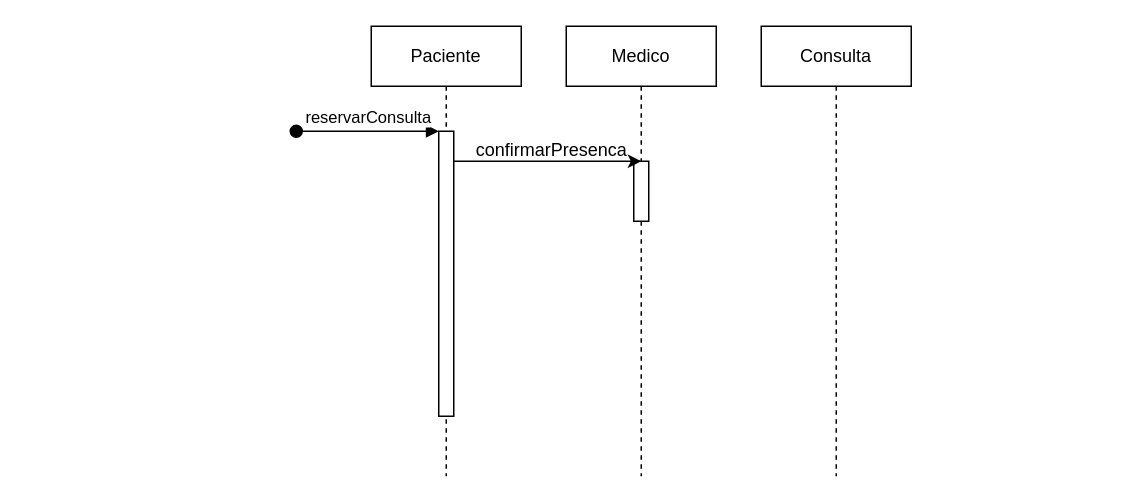
Earlier version of the draw.io diagram docs/Diagrama de Sequência.drawio (eduardovaladao/Projeto-Integrador). Source tidied: cells renumbered, new cells numbered last; positions are measured from the earlier drawing's top-left corner, leaving out a move shared by most shapes. Both pictures are drawn from the tidied source at 150%, with x=0, y=0 at pixel (296, 26).
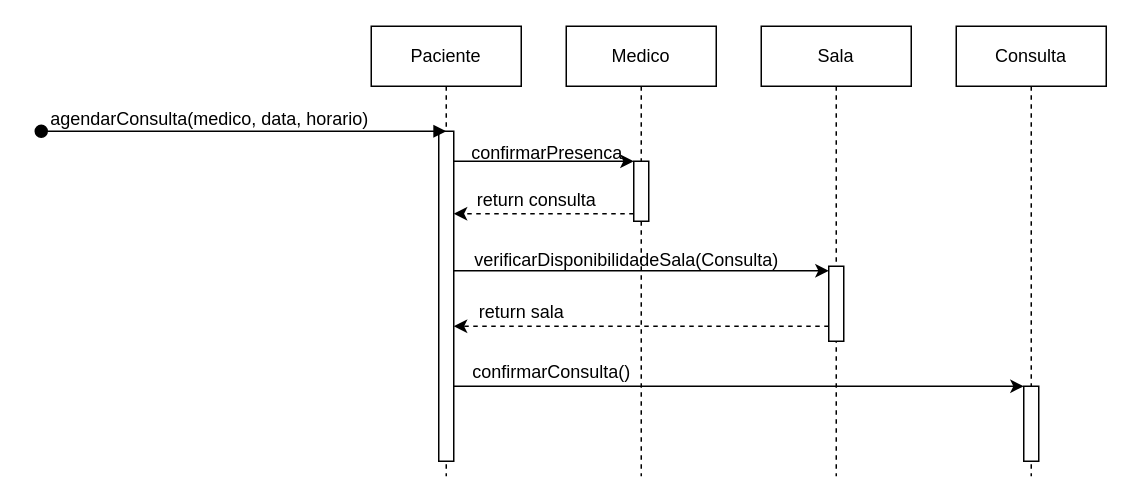
The same page after the edit.

The change refers to these unchanged cells:
```xml
<mxCell id="2" value="Paciente" style="shape=umlLifeline;perimeter=lifelinePerimeter;whiteSpace=wrap;html=1;newEdgeStyle={&quot;edgeStyle&quot;:&quot;elbowEdgeStyle&quot;,&quot;elbow&quot;:&quot;vertical&quot;,&quot;curved&quot;:0,&quot;rounded&quot;:0};" parent="1" vertex="1">
  <mxGeometry x="50" width="100" height="300" as="geometry" />
</mxCell>
```

Change to the diagram source:
```diff
@@
     <mxCell id="3" style="html=1;points=[];perimeter=orthogonalPerimeter;outlineConnect=0;targetShapes=umlLifeline;portConstraint=eastwest;newEdgeStyle={&quot;edgeStyle&quot;:&quot;elbowEdgeStyle&quot;,&quot;elbow&quot;:&quot;vertical&quot;,&quot;curved&quot;:0,&quot;rounded&quot;:0};" parent="2" vertex="1">
-      <mxGeometry x="45" y="70" width="10" height="190" as="geometry" />
+      <mxGeometry x="45" y="70" width="10" height="220" as="geometry" />
     </mxCell>
-    <mxCell id="4" value="reservarConsulta" style="html=1;verticalAlign=bottom;startArrow=oval;endArrow=block;startSize=8;edgeStyle=elbowEdgeStyle;elbow=vertical;curved=0;rounded=0;" parent="2" edge="1" target="3">
-      <mxGeometry relative="1" as="geometry">
-        <mxPoint x="-50" y="70" as="sourcePoint" />
+    <mxCell id="4" style="html=1;verticalAlign=bottom;startArrow=oval;endArrow=block;startSize=8;edgeStyle=elbowEdgeStyle;elbow=vertical;curved=0;rounded=0;" parent="2" edge="1">
+      <mxGeometry y="10" relative="1" as="geometry">
+        <mxPoint x="-220" y="70" as="sourcePoint" />
+        <mxPoint x="50" y="70" as="targetPoint" />
       </mxGeometry>
     </mxCell>
@@
     <mxCell id="7" style="endArrow=classic;html=1;rounded=0;" parent="1" edge="1">
       <mxGeometry relative="1" as="geometry">
         <mxPoint x="105" y="90" as="sourcePoint" />
-        <mxPoint x="230" y="90" as="targetPoint" />
+        <mxPoint x="225" y="90" as="targetPoint" />
       </mxGeometry>
     </mxCell>
     <mxCell id="8" value="confirmarPresenca" style="text;html=1;align=center;verticalAlign=middle;strokeColor=none;fillColor=none;" parent="1" vertex="1">
-      <mxGeometry x="110" y="68" width="120" height="30" as="geometry" />
+      <mxGeometry x="107" y="70" width="120" height="30" as="geometry" />
     </mxCell>
-    <mxCell id="9" value="Consulta" style="shape=umlLifeline;perimeter=lifelinePerimeter;whiteSpace=wrap;html=1;newEdgeStyle={&quot;edgeStyle&quot;:&quot;elbowEdgeStyle&quot;,&quot;elbow&quot;:&quot;vertical&quot;,&quot;curved&quot;:0,&quot;rounded&quot;:0};" parent="1" vertex="1">
+    <mxCell id="9" value="Sala" style="shape=umlLifeline;perimeter=lifelinePerimeter;whiteSpace=wrap;html=1;newEdgeStyle={&quot;edgeStyle&quot;:&quot;elbowEdgeStyle&quot;,&quot;elbow&quot;:&quot;vertical&quot;,&quot;curved&quot;:0,&quot;rounded&quot;:0};" parent="1" vertex="1">
       <mxGeometry x="310" width="100" height="300" as="geometry" />
     </mxCell>
+    <mxCell id="10" style="html=1;perimeter=orthogonalPerimeter;targetShapes=umlLifeline;newEdgeStyle={&quot;edgeStyle&quot;:&quot;elbowEdgeStyle&quot;,&quot;elbow&quot;:&quot;vertical&quot;,&quot;curved&quot;:0,&quot;rounded&quot;:0};" parent="9" vertex="1">
+      <mxGeometry x="45" y="160" width="10" height="50" as="geometry" />
+    </mxCell>
+    <mxCell id="11" value="Consulta" style="shape=umlLifeline;perimeter=lifelinePerimeter;whiteSpace=wrap;html=1;newEdgeStyle={&quot;edgeStyle&quot;:&quot;elbowEdgeStyle&quot;,&quot;elbow&quot;:&quot;vertical&quot;,&quot;curved&quot;:0,&quot;rounded&quot;:0};" parent="1" vertex="1">
+      <mxGeometry x="440" width="100" height="300" as="geometry" />
+    </mxCell>
+    <mxCell id="12" style="html=1;points=[];perimeter=orthogonalPerimeter;outlineConnect=0;targetShapes=umlLifeline;portConstraint=eastwest;newEdgeStyle={&quot;edgeStyle&quot;:&quot;elbowEdgeStyle&quot;,&quot;elbow&quot;:&quot;vertical&quot;,&quot;curved&quot;:0,&quot;rounded&quot;:0};" parent="11" vertex="1">
+      <mxGeometry x="45" y="240" width="10" height="50" as="geometry" />
+    </mxCell>
+    <mxCell id="13" style="endArrow=classic;html=1;rounded=0;" parent="1" edge="1">
+      <mxGeometry relative="1" as="geometry">
+        <mxPoint x="105" y="163" as="sourcePoint" />
+        <mxPoint x="355" y="163" as="targetPoint" />
+      </mxGeometry>
+    </mxCell>
+    <mxCell id="14" value="verificarDisponibilidadeSala(Consulta)" style="text;html=1;align=center;verticalAlign=middle;strokeColor=none;fillColor=none;" parent="1" vertex="1">
+      <mxGeometry x="105" y="141" width="230" height="30" as="geometry" />
+    </mxCell>
+    <mxCell id="15" style="endArrow=classic;html=1;rounded=0;dashed=1;" parent="1" edge="1">
+      <mxGeometry relative="1" as="geometry">
+        <mxPoint x="355" y="200" as="sourcePoint" />
+        <mxPoint x="105" y="200" as="targetPoint" />
+      </mxGeometry>
+    </mxCell>
+    <mxCell id="16" value="return consulta" style="text;html=1;align=center;verticalAlign=middle;strokeColor=none;fillColor=none;" parent="1" vertex="1">
+      <mxGeometry x="110" y="101" width="100" height="30" as="geometry" />
+    </mxCell>
+    <mxCell id="17" value="return sala" style="text;html=1;align=center;verticalAlign=middle;strokeColor=none;fillColor=none;" parent="1" vertex="1">
+      <mxGeometry x="110" y="176" width="80" height="30" as="geometry" />
+    </mxCell>
+    <mxCell id="18" style="endArrow=classic;html=1;rounded=0;" parent="1" edge="1" source="3" target="12">
+      <mxGeometry relative="1" as="geometry" />
+    </mxCell>
+    <mxCell id="19" value="confirmarConsulta()" style="text;html=1;align=center;verticalAlign=middle;strokeColor=none;fillColor=none;" parent="1" vertex="1">
+      <mxGeometry x="105" y="216" width="130" height="30" as="geometry" />
+    </mxCell>
+    <mxCell id="20" style="endArrow=classic;html=1;rounded=0;dashed=1;" parent="1" edge="1">
+      <mxGeometry relative="1" as="geometry">
+        <mxPoint x="225" y="125" as="sourcePoint" />
+        <mxPoint x="105" y="125" as="targetPoint" />
+      </mxGeometry>
+    </mxCell>
+    <mxCell id="21" value="agendarConsulta(medico, data, horario)" style="text;html=1;align=center;verticalAlign=middle;strokeColor=none;fillColor=none;" parent="1" vertex="1">
+      <mxGeometry x="-178" y="47" width="240" height="30" as="geometry" />
+    </mxCell>
```
